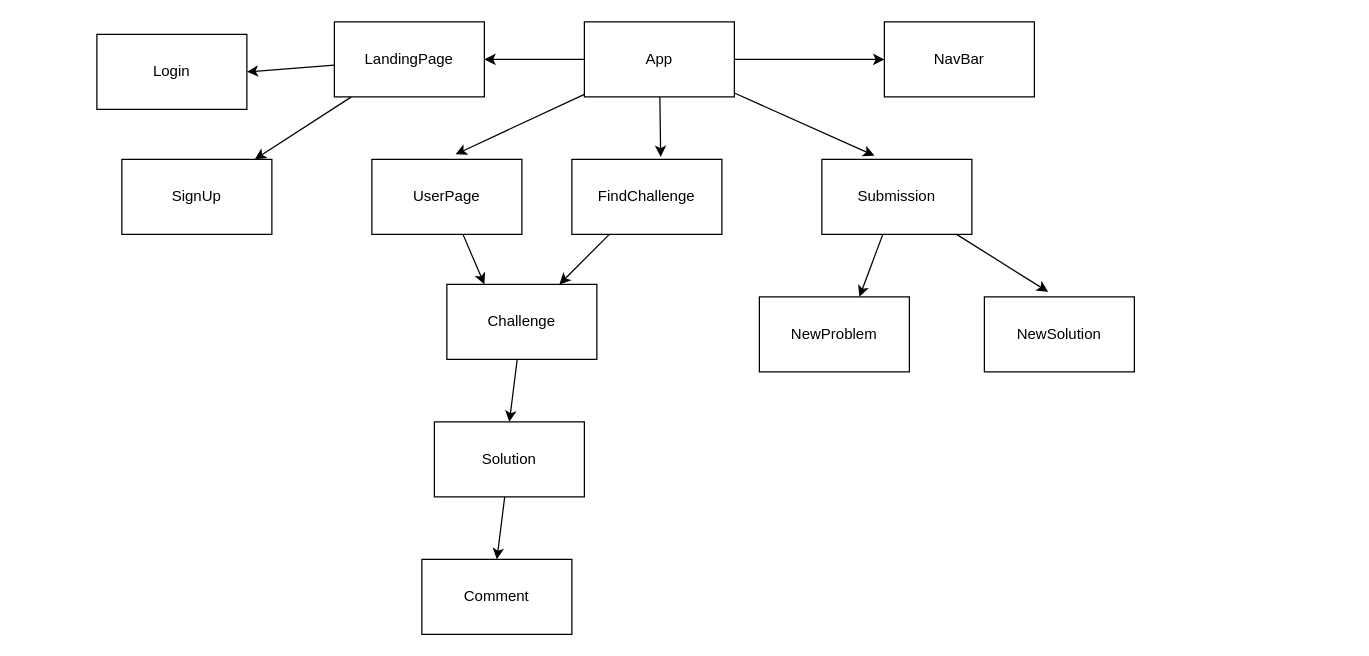
HagayHaut/algo-db keeps this draw.io diagram as client/wireframe.drawio. Above is the earlier version. Source tidied: cells renumbered, new cells numbered last; positions are measured from the earlier drawing's top-left corner, leaving out a move shared by most shapes. Both pictures are drawn from the tidied source at 125%, with x=0, y=0 at pixel (96, 21).
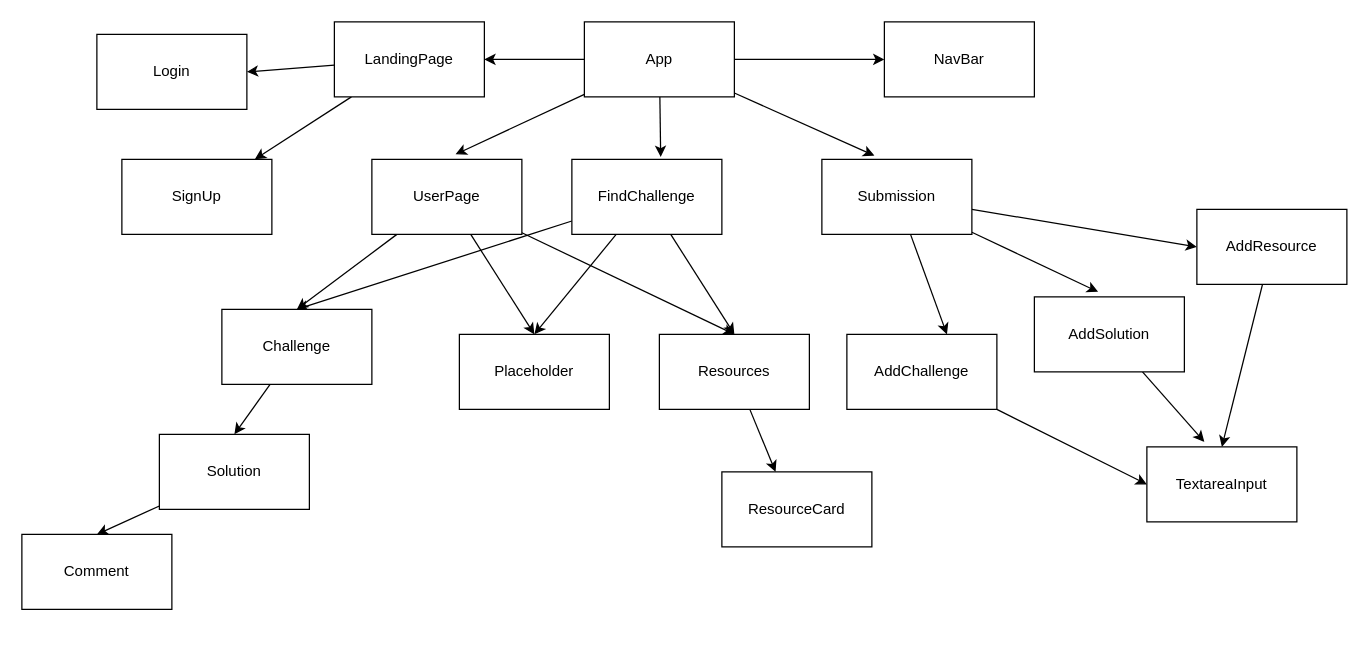
Above is the later version.

Commit message:
update react wireframe to cur component structure

The change refers to these unchanged cells:
```xml
<mxCell id="15" value="UserPage" style="whiteSpace=wrap;html=1;" parent="1" vertex="1">
  <mxGeometry x="220" y="110" width="120" height="60" as="geometry" />
</mxCell>
<mxCell id="17" value="FindChallenge" style="whiteSpace=wrap;html=1;" parent="1" vertex="1">
  <mxGeometry x="380" y="110" width="120" height="60" as="geometry" />
</mxCell>
<mxCell id="20" value="Submission" style="whiteSpace=wrap;html=1;" parent="1" vertex="1">
  <mxGeometry x="580" y="110" width="120" height="60" as="geometry" />
</mxCell>
```

The edit, as a diff of the source:
```diff
@@
-    <mxCell id="14" style="edgeStyle=none;html=1;entryX=0.25;entryY=0;entryDx=0;entryDy=0;" parent="1" edge="1" source="15" target="24">
+    <mxCell id="14" style="edgeStyle=none;html=1;entryX=0.5;entryY=0;entryDx=0;entryDy=0;" parent="1" edge="1" source="15" target="24">
       <mxGeometry relative="1" as="geometry" />
     </mxCell>
+    <mxCell id="28" style="edgeStyle=none;html=1;entryX=0.5;entryY=0;entryDx=0;entryDy=0;" parent="1" edge="1" source="15" target="37">
+      <mxGeometry relative="1" as="geometry" />
+    </mxCell>
+    <mxCell id="29" style="edgeStyle=none;html=1;entryX=0.5;entryY=0;entryDx=0;entryDy=0;" parent="1" edge="1" source="15" target="36">
+      <mxGeometry relative="1" as="geometry" />
+    </mxCell>
@@
-    <mxCell id="16" style="edgeStyle=none;html=1;entryX=0.75;entryY=0;entryDx=0;entryDy=0;" parent="1" edge="1" source="17" target="24">
+    <mxCell id="16" style="edgeStyle=none;html=1;entryX=0.5;entryY=0;entryDx=0;entryDy=0;" parent="1" edge="1" source="17" target="24">
       <mxGeometry relative="1" as="geometry" />
     </mxCell>
+    <mxCell id="30" style="edgeStyle=none;html=1;entryX=0.5;entryY=0;entryDx=0;entryDy=0;" parent="1" edge="1" source="17" target="36">
+      <mxGeometry relative="1" as="geometry" />
+    </mxCell>
+    <mxCell id="31" style="edgeStyle=none;html=1;entryX=0.5;entryY=0;entryDx=0;entryDy=0;" parent="1" edge="1" source="17" target="37">
+      <mxGeometry relative="1" as="geometry" />
+    </mxCell>
@@
+    <mxCell id="32" style="edgeStyle=none;html=1;entryX=0;entryY=0.5;entryDx=0;entryDy=0;" parent="1" edge="1" source="20" target="39">
+      <mxGeometry relative="1" as="geometry" />
+    </mxCell>
@@
+    <mxCell id="33" style="edgeStyle=none;html=1;entryX=0;entryY=0.5;entryDx=0;entryDy=0;" parent="1" edge="1" source="21" target="41">
+      <mxGeometry relative="1" as="geometry" />
+    </mxCell>
-    <mxCell id="21" value="NewProblem" style="whiteSpace=wrap;html=1;" parent="1" vertex="1">
-      <mxGeometry x="530" y="220" width="120" height="60" as="geometry" />
+    <mxCell id="21" value="AddChallenge" style="whiteSpace=wrap;html=1;" parent="1" vertex="1">
+      <mxGeometry x="600" y="250" width="120" height="60" as="geometry" />
     </mxCell>
+    <mxCell id="34" style="edgeStyle=none;html=1;entryX=0.383;entryY=-0.067;entryDx=0;entryDy=0;entryPerimeter=0;" parent="1" edge="1" source="22" target="41">
+      <mxGeometry relative="1" as="geometry" />
+    </mxCell>
-    <mxCell id="22" value="NewSolution" style="whiteSpace=wrap;html=1;" parent="1" vertex="1">
-      <mxGeometry x="710" y="220" width="120" height="60" as="geometry" />
+    <mxCell id="22" value="AddSolution" style="whiteSpace=wrap;html=1;" parent="1" vertex="1">
+      <mxGeometry x="750" y="220" width="120" height="60" as="geometry" />
     </mxCell>
@@
     <mxCell id="24" value="Challenge" style="whiteSpace=wrap;html=1;" parent="1" vertex="1">
-      <mxGeometry x="280" y="210" width="120" height="60" as="geometry" />
+      <mxGeometry x="100" y="230" width="120" height="60" as="geometry" />
     </mxCell>
@@
     <mxCell id="26" value="Solution" style="whiteSpace=wrap;html=1;" parent="1" vertex="1">
-      <mxGeometry x="270" y="320" width="120" height="60" as="geometry" />
+      <mxGeometry x="50" y="330" width="120" height="60" as="geometry" />
     </mxCell>
     <mxCell id="27" value="Comment" style="whiteSpace=wrap;html=1;" parent="1" vertex="1">
-      <mxGeometry x="260" y="430" width="120" height="60" as="geometry" />
+      <mxGeometry x="-60" y="410" width="120" height="60" as="geometry" />
     </mxCell>
+    <mxCell id="35" style="edgeStyle=none;html=1;entryX=0.358;entryY=0;entryDx=0;entryDy=0;entryPerimeter=0;" parent="1" edge="1" source="36" target="40">
+      <mxGeometry relative="1" as="geometry" />
+    </mxCell>
+    <mxCell id="36" value="Resources" style="whiteSpace=wrap;html=1;" parent="1" vertex="1">
+      <mxGeometry x="450" y="250" width="120" height="60" as="geometry" />
+    </mxCell>
+    <mxCell id="37" value="Placeholder" style="whiteSpace=wrap;html=1;" parent="1" vertex="1">
+      <mxGeometry x="290" y="250" width="120" height="60" as="geometry" />
+    </mxCell>
+    <mxCell id="38" style="edgeStyle=none;html=1;entryX=0.5;entryY=0;entryDx=0;entryDy=0;" parent="1" edge="1" source="39" target="41">
+      <mxGeometry relative="1" as="geometry" />
+    </mxCell>
+    <mxCell id="39" value="AddResource" style="whiteSpace=wrap;html=1;" parent="1" vertex="1">
+      <mxGeometry x="880" y="150" width="120" height="60" as="geometry" />
+    </mxCell>
+    <mxCell id="40" value="ResourceCard" style="whiteSpace=wrap;html=1;" parent="1" vertex="1">
+      <mxGeometry x="500" y="360" width="120" height="60" as="geometry" />
+    </mxCell>
+    <mxCell id="41" value="TextareaInput" style="whiteSpace=wrap;html=1;" parent="1" vertex="1">
+      <mxGeometry x="840" y="340" width="120" height="60" as="geometry" />
+    </mxCell>
```
